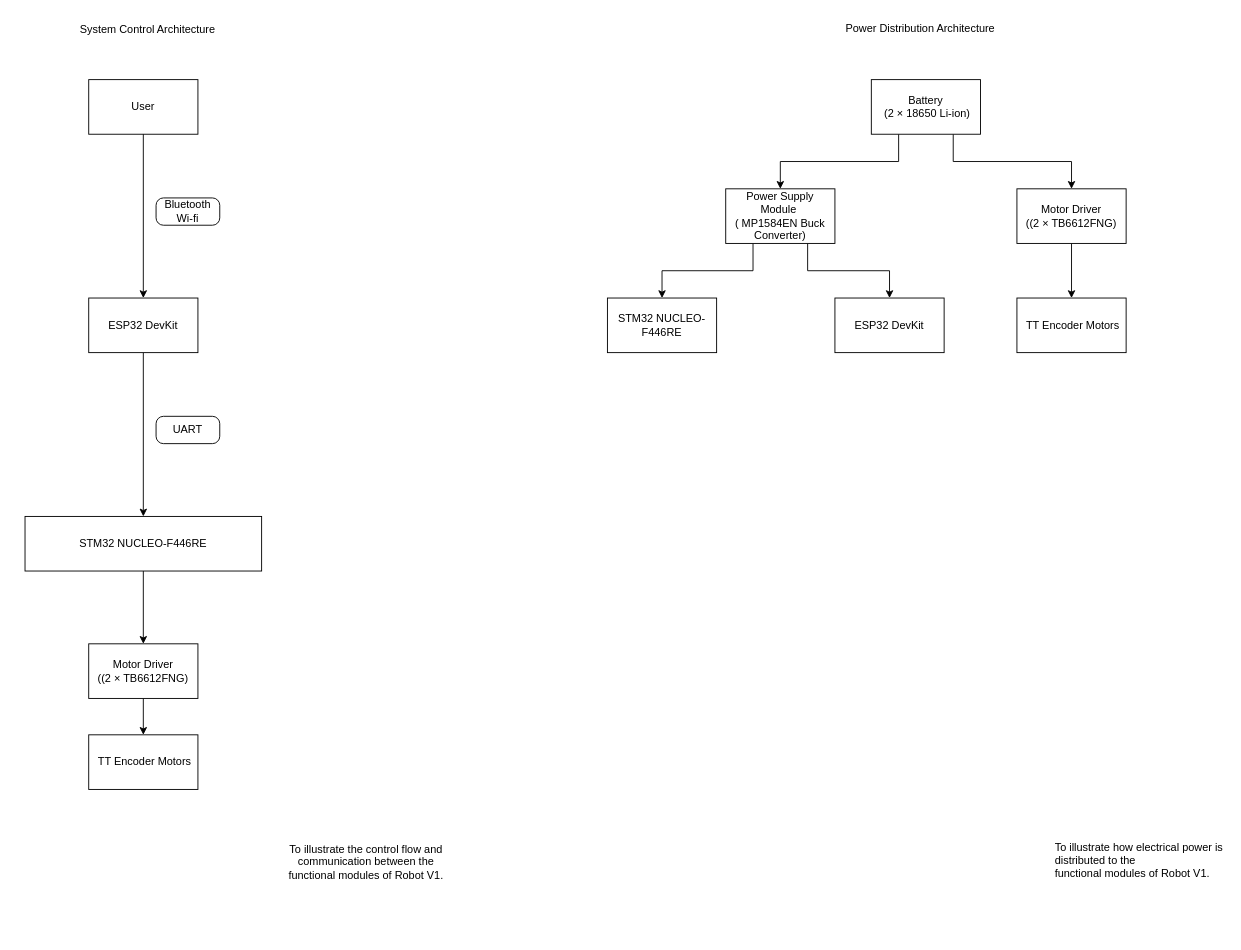
jeremywan-dev/ai-robotics-platform keeps this draw.io diagram as docs/v1/architecture/system-architecture.drawio. Above is the earlier version. Source tidied: cells renumbered, new cells numbered last; positions are measured from the earlier drawing's top-left corner, leaving out a move shared by most shapes. Both pictures are drawn from the tidied source at 91%, with x=0, y=0 at pixel (15, 15).
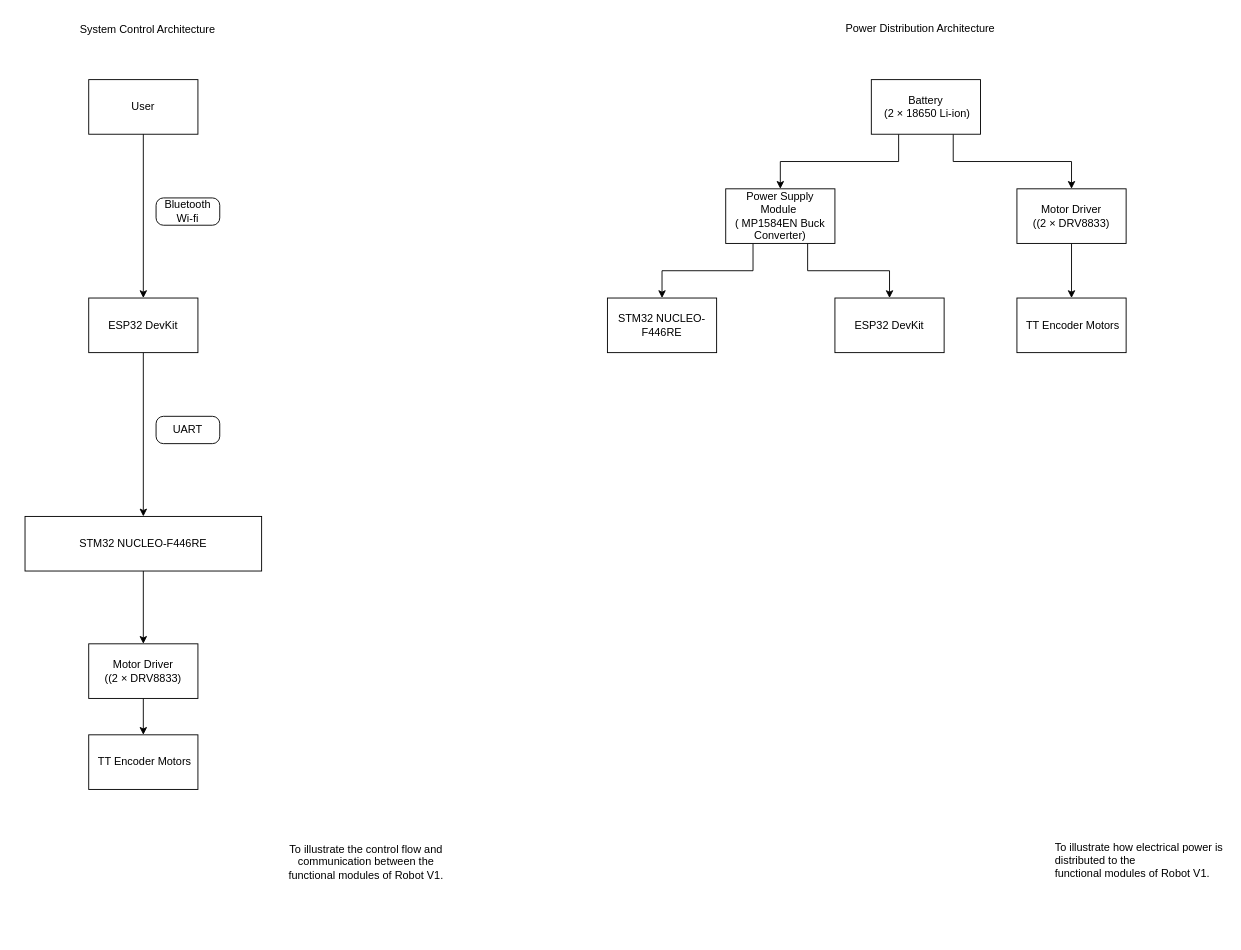
After the change.

The edit, as a diff of the source:
```diff
@@
-    <mxCell id="8" value="Motor Driver&lt;div&gt;(&lt;span style=&quot;background-color: transparent; color: light-dark(rgb(0, 0, 0), rgb(255, 255, 255));&quot;&gt;(2 × TB6612FNG)&lt;/span&gt;&lt;/div&gt;" style="rounded=0;whiteSpace=wrap;html=1;fillColor=light-dark(#FFFFFF,#994C00);" parent="1" vertex="1">
+    <mxCell id="8" value="Motor Driver&lt;div&gt;(&lt;span style=&quot;background-color: transparent; color: light-dark(rgb(0, 0, 0), rgb(255, 255, 255));&quot;&gt;(2 × DRV8833)&lt;/span&gt;&lt;/div&gt;" style="rounded=0;whiteSpace=wrap;html=1;fillColor=light-dark(#FFFFFF,#994C00);" parent="1" vertex="1">
       <mxGeometry x="80" y="690" width="120" height="60" as="geometry" />
     </mxCell>
@@
-    <mxCell id="23" value="Motor Driver&lt;div&gt;(&lt;span style=&quot;background-color: transparent; color: light-dark(rgb(0, 0, 0), rgb(255, 255, 255));&quot;&gt;(2 × TB6612FNG)&lt;/span&gt;&lt;/div&gt;" style="rounded=0;whiteSpace=wrap;html=1;fillColor=light-dark(#FFFFFF,#994C00);" parent="1" vertex="1">
+    <mxCell id="23" value="Motor Driver&lt;div&gt;(&lt;span style=&quot;background-color: transparent; color: light-dark(rgb(0, 0, 0), rgb(255, 255, 255));&quot;&gt;(2 × DRV8833)&lt;/span&gt;&lt;/div&gt;" style="rounded=0;whiteSpace=wrap;html=1;fillColor=light-dark(#FFFFFF,#994C00);" parent="1" vertex="1">
       <mxGeometry x="1100" y="190" width="120" height="60" as="geometry" />
     </mxCell>
```
